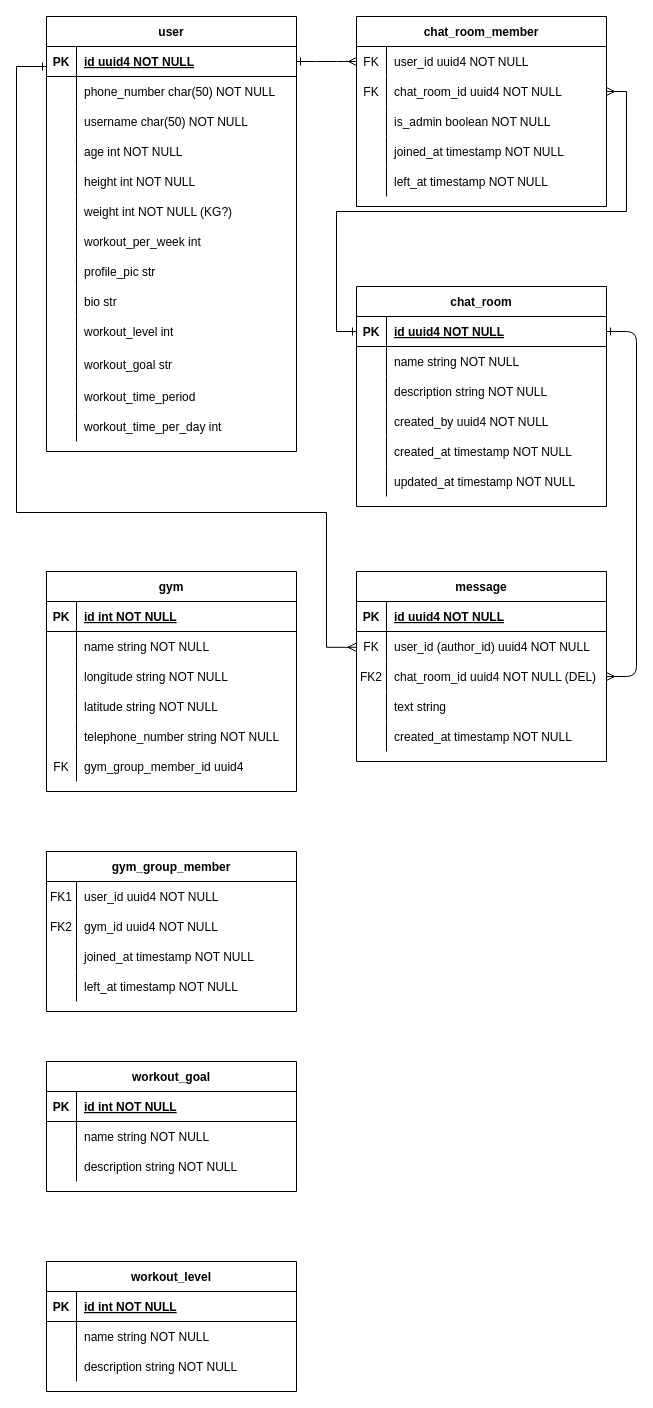
Earlier version of the draw.io diagram WeGoGym/WeGoGym-DB.drawio (ColaboAI/Diagrams). Source tidied: cells renumbered, new cells numbered last; positions are measured from the earlier drawing's top-left corner, leaving out a move shared by most shapes. Both pictures are drawn from the tidied source at 100%, with x=0, y=0 at pixel (16, 16).
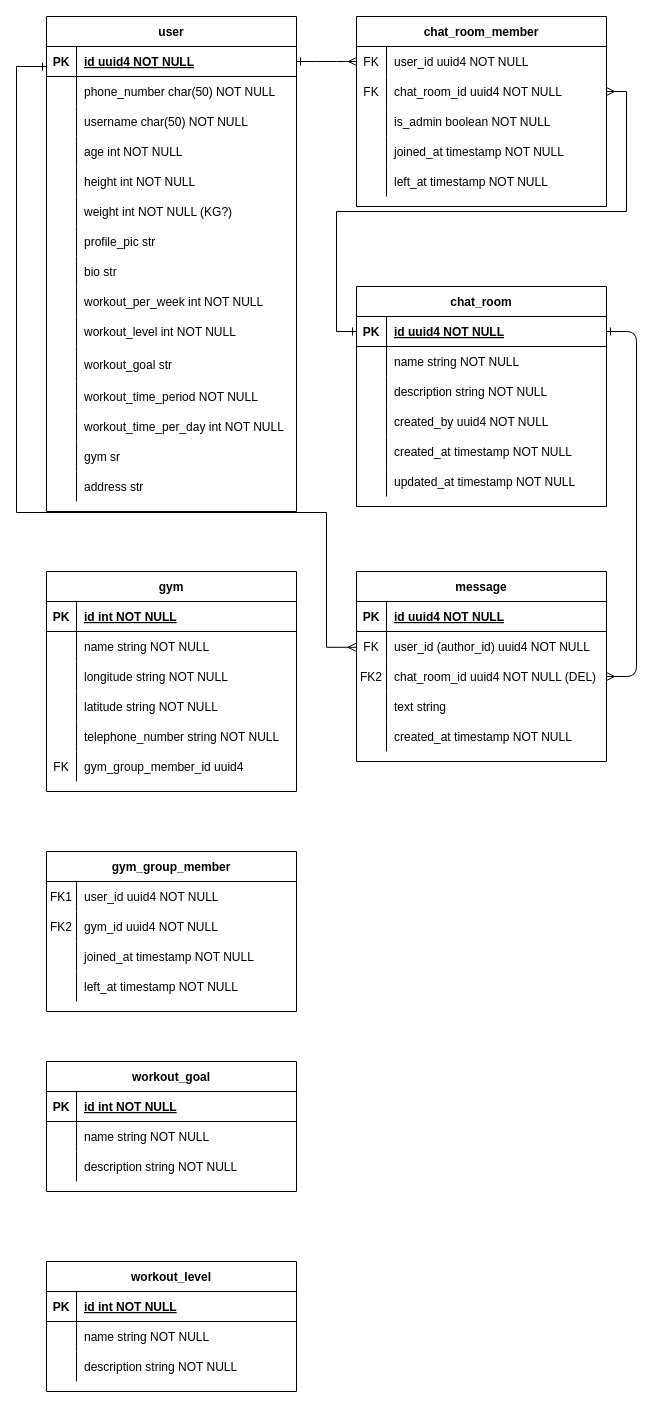
After the change.

Unchanged cells that the change refers to:
```xml
<mxCell id="67" style="shape=partialRectangle;fillColor=none;top=0;left=0;right=0;bottom=0;" parent="39" vertex="1">
  <mxGeometry y="300" width="250" height="30" as="geometry" />
</mxCell>
<mxCell id="73" style="shape=partialRectangle;fillColor=none;top=0;left=0;right=0;bottom=0;" parent="39" vertex="1">
  <mxGeometry y="365" width="250" height="30" as="geometry" />
</mxCell>
<mxCell id="76" style="shape=partialRectangle;fillColor=none;top=0;left=0;right=0;bottom=0;" parent="39" vertex="1">
  <mxGeometry y="395" width="250" height="30" as="geometry" />
</mxCell>
```

Diff of the diagram source:
```diff
@@
     <mxCell id="39" value="user" style="shape=table;startSize=30;childLayout=tableLayout;rowLines=0;fontStyle=1;align=center;" parent="1" vertex="1">
-      <mxGeometry x="30" width="250" height="435" as="geometry" />
+      <mxGeometry x="30" width="250" height="495" as="geometry" />
     </mxCell>
@@
-    <mxCell id="58" style="shape=partialRectangle;fillColor=none;top=0;left=0;right=0;bottom=0;" parent="39" vertex="1">
-      <mxGeometry y="210" width="250" height="30" as="geometry" />
-    </mxCell>
-    <mxCell id="59" style="shape=partialRectangle;overflow=hidden;fillColor=none;top=0;left=0;bottom=0;right=0;" parent="58" vertex="1">
-      <mxGeometry width="30" height="30" as="geometry" />
-    </mxCell>
-    <mxCell id="60" value="workout_per_week int" style="shape=partialRectangle;overflow=hidden;fillColor=none;top=0;left=0;bottom=0;right=0;align=left;spacingLeft=6;" parent="58" vertex="1">
-      <mxGeometry x="30" width="220" height="30" as="geometry" />
-    </mxCell>
     <mxCell id="61" style="shape=partialRectangle;fillColor=none;top=0;left=0;right=0;bottom=0;" parent="39" vertex="1">
-      <mxGeometry y="240" width="250" height="30" as="geometry" />
+      <mxGeometry y="210" width="250" height="30" as="geometry" />
     </mxCell>
@@
     <mxCell id="64" style="shape=partialRectangle;fillColor=none;top=0;left=0;right=0;bottom=0;" parent="39" vertex="1">
-      <mxGeometry y="270" width="250" height="30" as="geometry" />
+      <mxGeometry y="240" width="250" height="30" as="geometry" />
     </mxCell>
@@
+    <mxCell id="58" style="shape=partialRectangle;fillColor=none;top=0;left=0;right=0;bottom=0;" parent="39" vertex="1">
+      <mxGeometry y="270" width="250" height="30" as="geometry" />
+    </mxCell>
+    <mxCell id="59" style="shape=partialRectangle;overflow=hidden;fillColor=none;top=0;left=0;bottom=0;right=0;" parent="58" vertex="1">
+      <mxGeometry width="30" height="30" as="geometry" />
+    </mxCell>
+    <mxCell id="60" value="workout_per_week int NOT NULL" style="shape=partialRectangle;overflow=hidden;fillColor=none;top=0;left=0;bottom=0;right=0;align=left;spacingLeft=6;" parent="58" vertex="1">
+      <mxGeometry x="30" width="220" height="30" as="geometry" />
+    </mxCell>
@@
-    <mxCell id="69" value="workout_level int" style="shape=partialRectangle;overflow=hidden;fillColor=none;top=0;left=0;bottom=0;right=0;align=left;spacingLeft=6;" parent="67" vertex="1">
+    <mxCell id="69" value="workout_level int NOT NULL" style="shape=partialRectangle;overflow=hidden;fillColor=none;top=0;left=0;bottom=0;right=0;align=left;spacingLeft=6;" parent="67" vertex="1">
       <mxGeometry x="30" width="220" height="30" as="geometry" />
     </mxCell>
@@
-    <mxCell id="75" value="workout_time_period" style="shape=partialRectangle;overflow=hidden;fillColor=none;top=0;left=0;bottom=0;right=0;align=left;spacingLeft=6;" parent="73" vertex="1">
+    <mxCell id="75" value="workout_time_period NOT NULL" style="shape=partialRectangle;overflow=hidden;fillColor=none;top=0;left=0;bottom=0;right=0;align=left;spacingLeft=6;" parent="73" vertex="1">
       <mxGeometry x="30" width="220" height="30" as="geometry" />
     </mxCell>
@@
-    <mxCell id="78" value="workout_time_per_day int" style="shape=partialRectangle;overflow=hidden;fillColor=none;top=0;left=0;bottom=0;right=0;align=left;spacingLeft=6;" parent="76" vertex="1">
+    <mxCell id="78" value="workout_time_per_day int NOT NULL" style="shape=partialRectangle;overflow=hidden;fillColor=none;top=0;left=0;bottom=0;right=0;align=left;spacingLeft=6;" parent="76" vertex="1">
       <mxGeometry x="30" width="220" height="30" as="geometry" />
     </mxCell>
+    <mxCell id="149" style="shape=partialRectangle;fillColor=none;top=0;left=0;right=0;bottom=0;" parent="39" vertex="1">
+      <mxGeometry y="425" width="250" height="30" as="geometry" />
+    </mxCell>
+    <mxCell id="150" style="shape=partialRectangle;overflow=hidden;fillColor=none;top=0;left=0;bottom=0;right=0;" parent="149" vertex="1">
+      <mxGeometry width="30" height="30" as="geometry" />
+    </mxCell>
+    <mxCell id="151" value="gym sr" style="shape=partialRectangle;overflow=hidden;fillColor=none;top=0;left=0;bottom=0;right=0;align=left;spacingLeft=6;" parent="149" vertex="1">
+      <mxGeometry x="30" width="220" height="30" as="geometry" />
+    </mxCell>
+    <mxCell id="152" style="shape=partialRectangle;fillColor=none;top=0;left=0;right=0;bottom=0;" parent="39" vertex="1">
+      <mxGeometry y="455" width="250" height="30" as="geometry" />
+    </mxCell>
+    <mxCell id="153" style="shape=partialRectangle;overflow=hidden;fillColor=none;top=0;left=0;bottom=0;right=0;" parent="152" vertex="1">
+      <mxGeometry width="30" height="30" as="geometry" />
+    </mxCell>
+    <mxCell id="154" value="address str" style="shape=partialRectangle;overflow=hidden;fillColor=none;top=0;left=0;bottom=0;right=0;align=left;spacingLeft=6;" parent="152" vertex="1">
+      <mxGeometry x="30" width="220" height="30" as="geometry" />
+    </mxCell>
```
